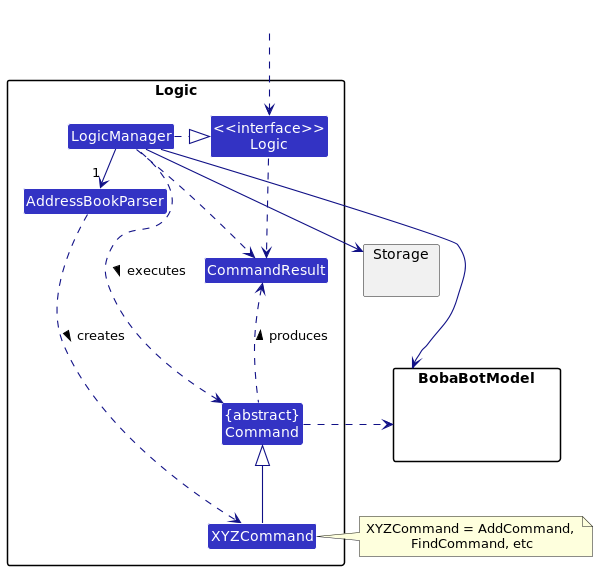
Earlier version of the PlantUML export docs/images/LogicClassDiagram.png (nus-cs2103-AY2223S1/tp).
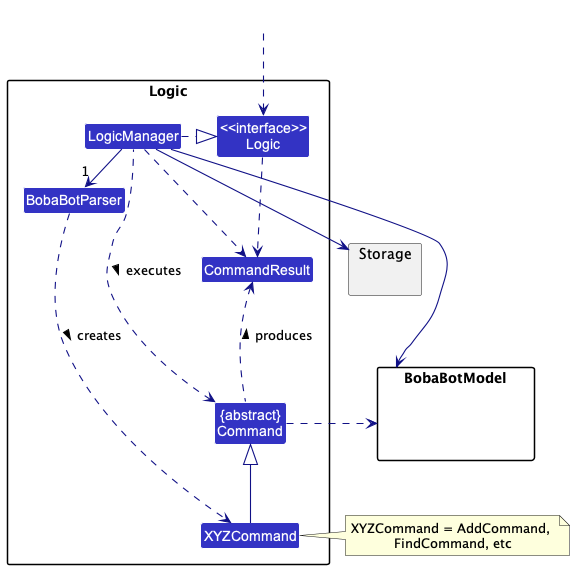
Above is the later version.

What changed in the source:
```diff
@@ -6,7 +6,7 @@
 
 package Logic {
 
-Class AddressBookParser
+Class BobaBotParser
 Class XYZCommand
 Class CommandResult
 Class "{abstract}\nCommand" as Command
@@ -27,8 +27,8 @@
 HiddenOutside ..> Logic
 
 LogicManager .right.|> Logic
-LogicManager -right->"1" AddressBookParser
-AddressBookParser ..> XYZCommand : creates >
+LogicManager -right->"1" BobaBotParser
+BobaBotParser ..> XYZCommand : creates >
 
 XYZCommand -up-|> Command
 LogicManager .left.> Command : executes >
```
